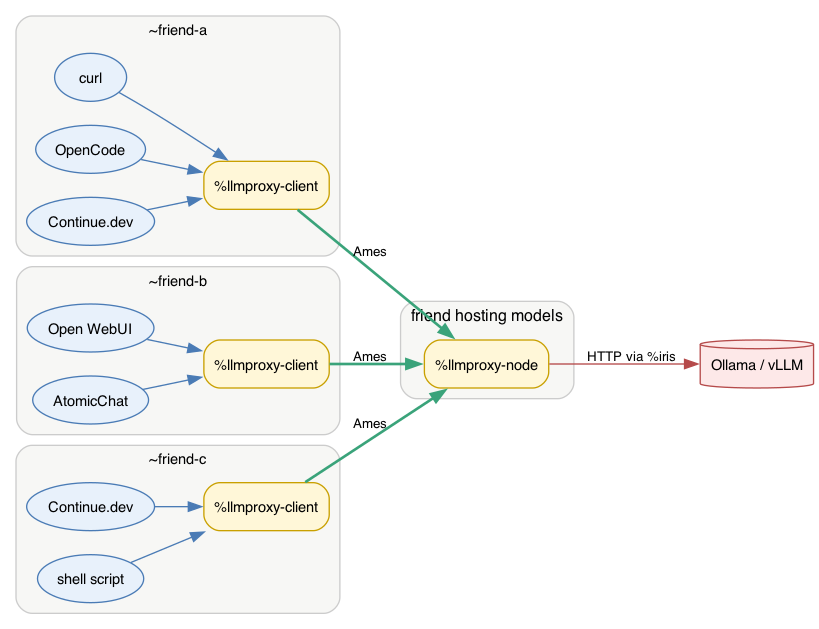
This is docs/multi-friend.png from mybropro/urbit-llmproxy, a Graphviz export, as it was before one commit. Its source is kept beside it as docs/multi-friend.dot.
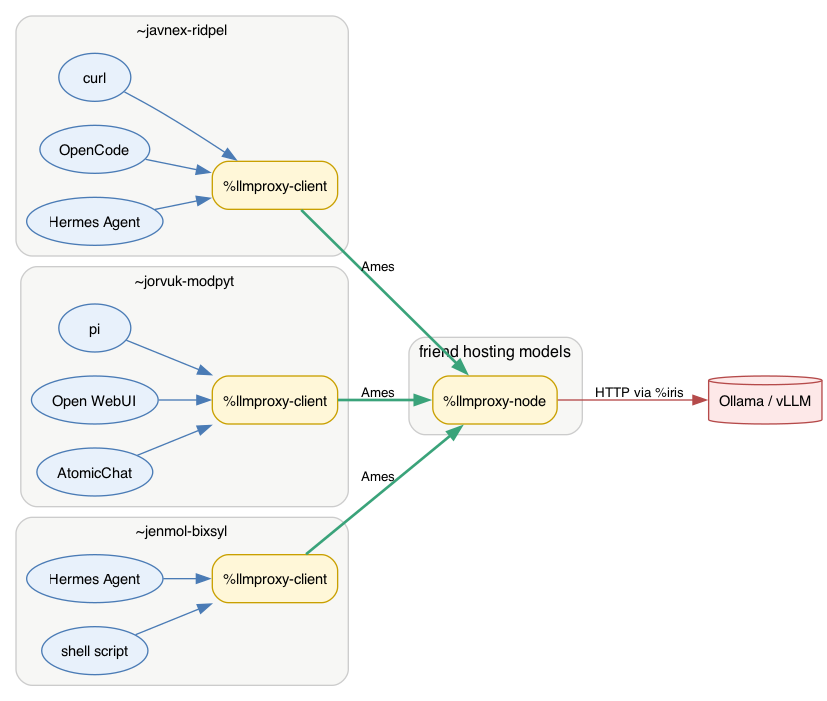
The same diagram one commit later.

Commit message:
diagram: refresh app names and friend ship labels

Swap Continue.dev for Hermes Agent, add pi to ~jorvuk-modpyt,
and replace ~friend-{a,b,c} with realistic-looking-but-invalid
@p's (j-initial syllables aren't in Urbit's prefix tables).

Diff of the diagram source:
```diff
@@ -6,13 +6,13 @@
   edge [fontname="Helvetica", fontsize=10];
 
   subgraph cluster_friend1 {
-    label="~friend-a";
+    label="~javnex-ridpel";
     fontname="Helvetica";
     fontsize=11;
     style="rounded,filled";
     fillcolor="#f7f7f5";
     color="#cccccc";
-    fa_app1 [label="Continue.dev", shape=ellipse, fillcolor="#e8f1fb", color="#4a7bb5"];
+    fa_app1 [label="Hermes Agent", shape=ellipse, fillcolor="#e8f1fb", color="#4a7bb5"];
     fa_app2 [label="OpenCode", shape=ellipse, fillcolor="#e8f1fb", color="#4a7bb5"];
     fa_app3 [label="curl", shape=ellipse, fillcolor="#e8f1fb", color="#4a7bb5"];
     fa_client [label="%llmproxy-client", fillcolor="#fff7d8", color="#c9a000"];
@@ -22,7 +22,7 @@
   }
 
   subgraph cluster_friend2 {
-    label="~friend-b";
+    label="~jorvuk-modpyt";
     fontname="Helvetica";
     fontsize=11;
     style="rounded,filled";
@@ -30,20 +30,22 @@
     color="#cccccc";
     fb_app1 [label="AtomicChat", shape=ellipse, fillcolor="#e8f1fb", color="#4a7bb5"];
     fb_app2 [label="Open WebUI", shape=ellipse, fillcolor="#e8f1fb", color="#4a7bb5"];
+    fb_app3 [label="pi", shape=ellipse, fillcolor="#e8f1fb", color="#4a7bb5"];
     fb_client [label="%llmproxy-client", fillcolor="#fff7d8", color="#c9a000"];
     fb_app1 -> fb_client [color="#4a7bb5"];
     fb_app2 -> fb_client [color="#4a7bb5"];
+    fb_app3 -> fb_client [color="#4a7bb5"];
   }
 
   subgraph cluster_friend3 {
-    label="~friend-c";
+    label="~jenmol-bixsyl";
     fontname="Helvetica";
     fontsize=11;
     style="rounded,filled";
     fillcolor="#f7f7f5";
     color="#cccccc";
     fc_app1 [label="shell script", shape=ellipse, fillcolor="#e8f1fb", color="#4a7bb5"];
-    fc_app2 [label="Continue.dev", shape=ellipse, fillcolor="#e8f1fb", color="#4a7bb5"];
+    fc_app2 [label="Hermes Agent", shape=ellipse, fillcolor="#e8f1fb", color="#4a7bb5"];
     fc_client [label="%llmproxy-client", fillcolor="#fff7d8", color="#c9a000"];
     fc_app1 -> fc_client [color="#4a7bb5"];
     fc_app2 -> fc_client [color="#4a7bb5"];
```
